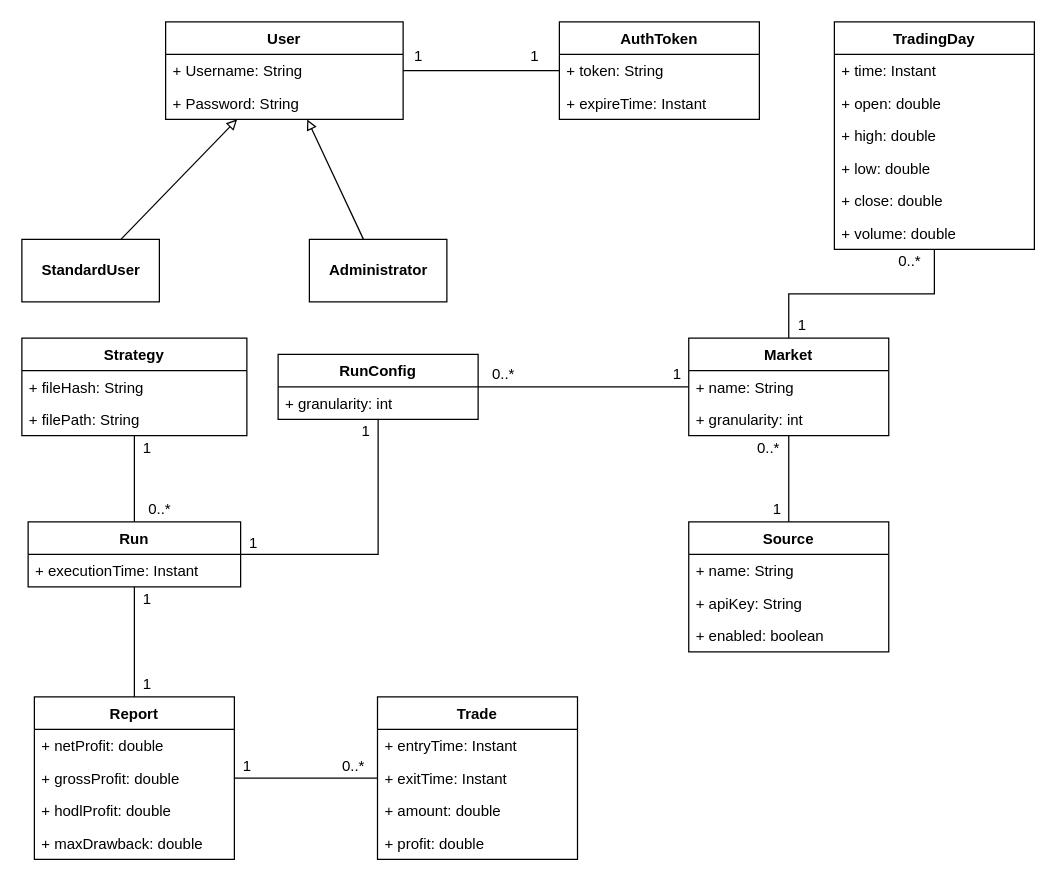
nferrante1/lsmsd2 keeps this draw.io diagram as drawio/datamodel.drawio. Above is the earlier version. Source tidied: cells renumbered, new cells numbered last; positions are measured from the earlier drawing's top-left corner, leaving out a move shared by most shapes. Both pictures are drawn from the tidied source at 125%, with x=0, y=0 at pixel (21, 21).
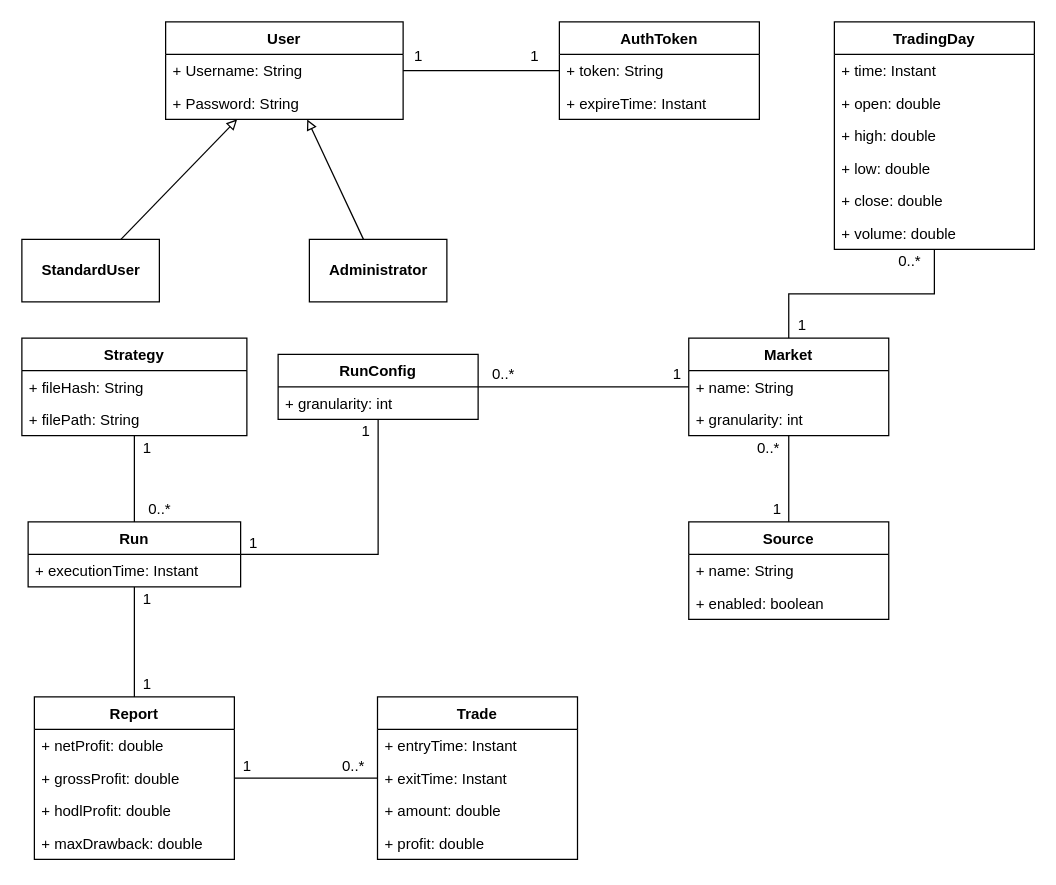
After the change.

The edit, as a diff of the source:
```diff
@@
     <mxCell id="58" value="Source" style="swimlane;fontStyle=1;align=center;verticalAlign=top;horizontal=1;startSize=26;" parent="1" vertex="1">
-      <mxGeometry x="533.5" y="400" width="160" height="104" as="geometry" />
+      <mxGeometry x="533.5" y="400" width="160" height="78" as="geometry" />
     </mxCell>
@@
-    <mxCell id="60" value="+ apiKey: String" style="text;strokeColor=none;fillColor=none;align=left;verticalAlign=top;spacingLeft=4;spacingRight=4;overflow=hidden;" parent="58" vertex="1">
-      <mxGeometry y="52" width="160" height="26" as="geometry" />
-    </mxCell>
     <mxCell id="61" value="+ enabled: boolean" style="text;strokeColor=none;fillColor=none;align=left;verticalAlign=top;spacingLeft=4;spacingRight=4;overflow=hidden;" parent="58" vertex="1">
-      <mxGeometry y="78" width="160" height="26" as="geometry" />
+      <mxGeometry y="52" width="160" height="26" as="geometry" />
     </mxCell>
```
